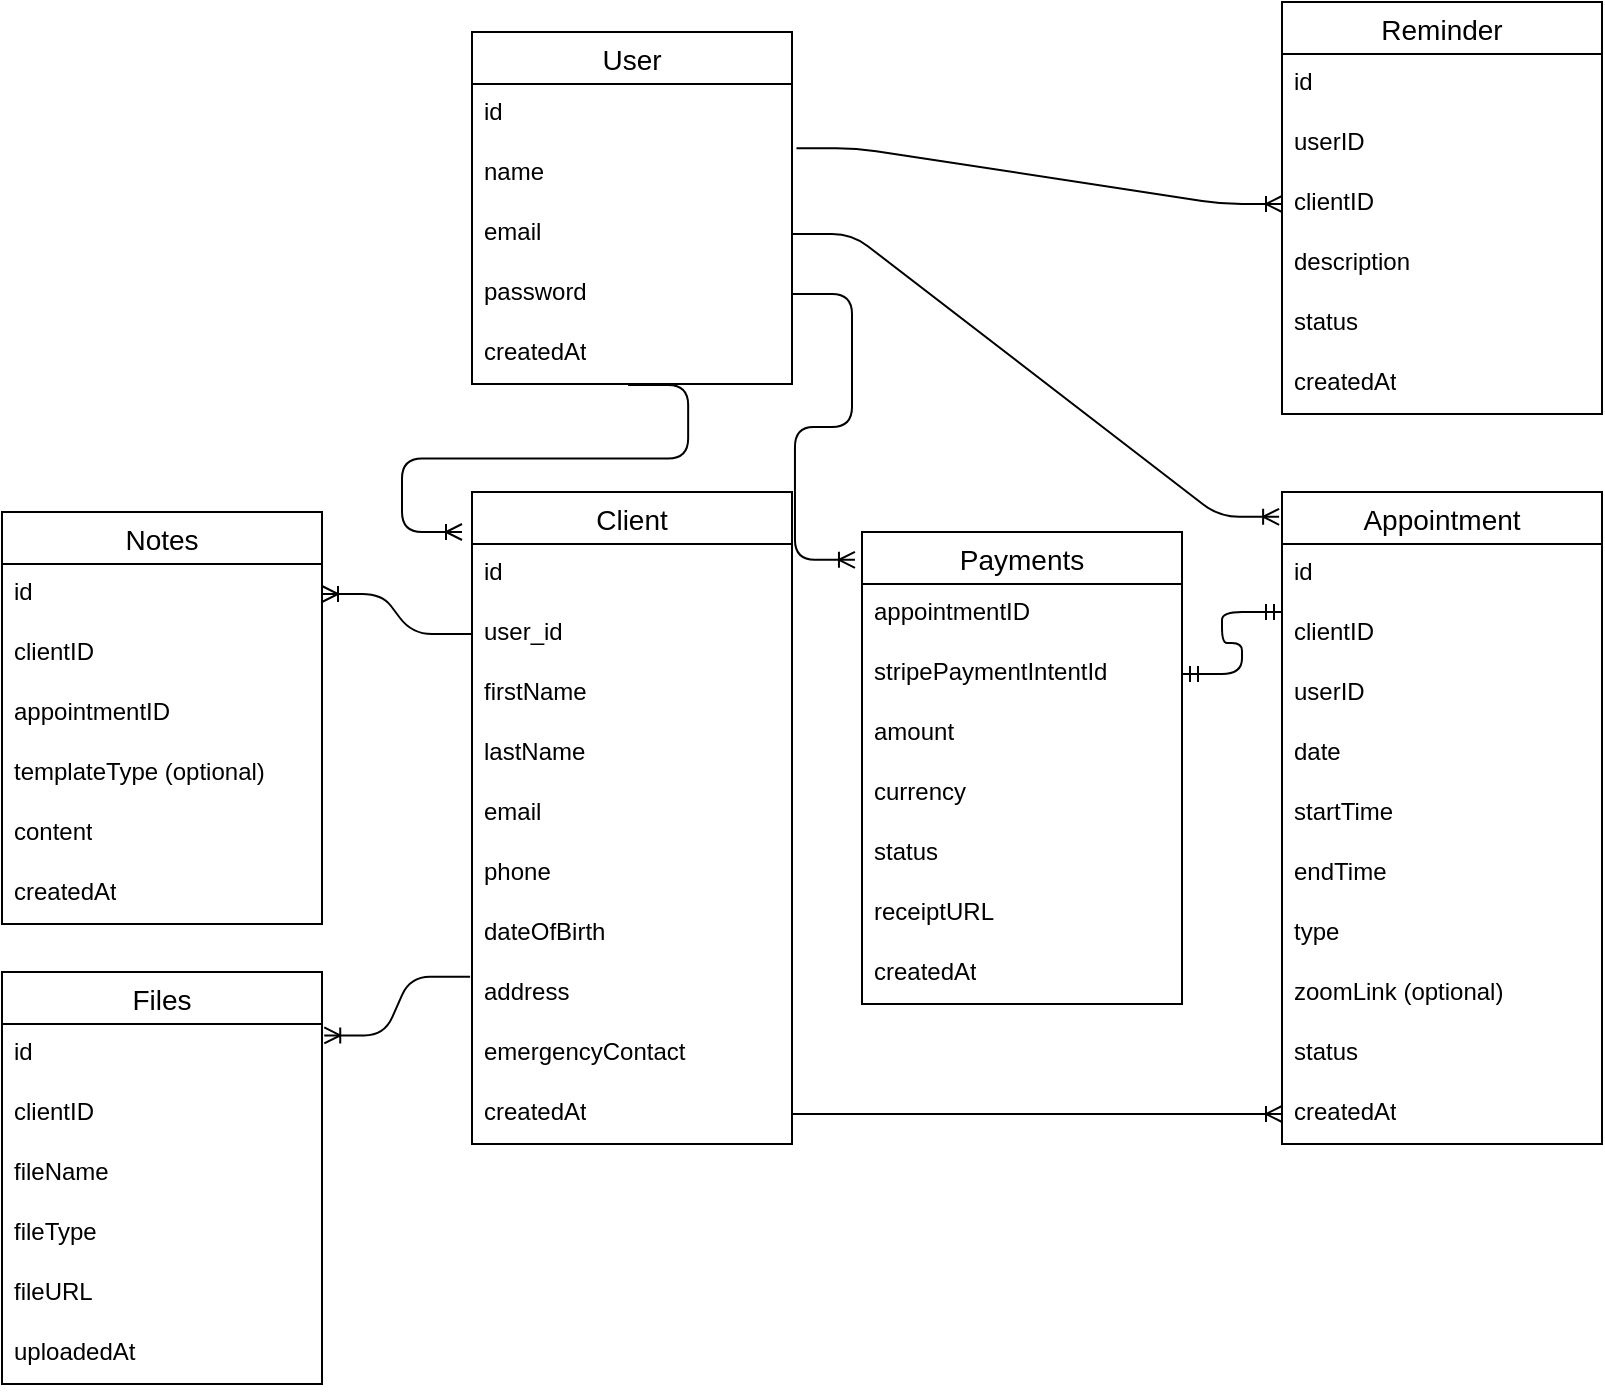
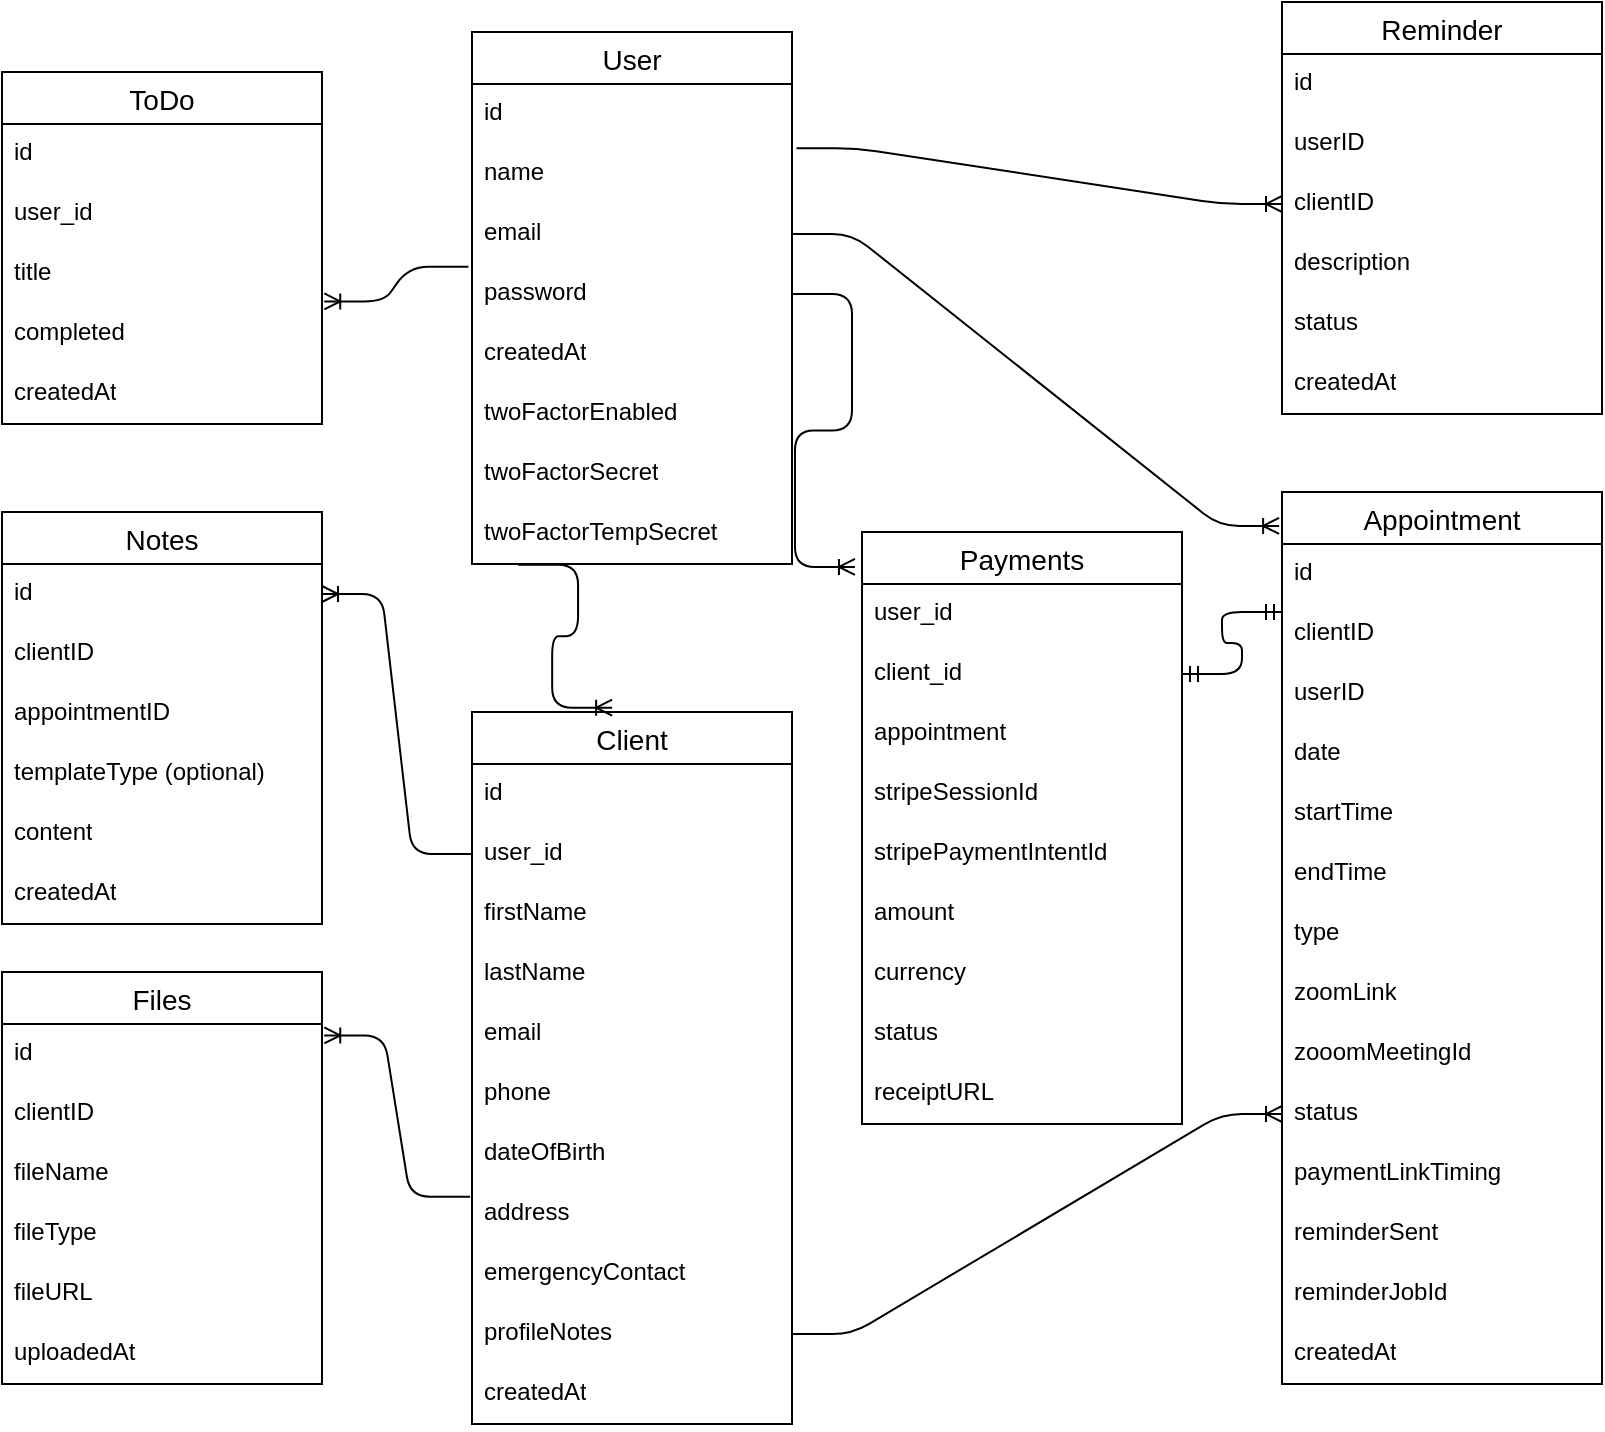
<mxfile host="65bd71144e">
    <diagram id="hBviw5NIrCNzoh9gIbLi" name="Page-1">
-         <mxGraphModel dx="1560" dy="682" grid="1" gridSize="10" guides="1" tooltips="1" connect="1" arrows="1" fold="1" page="1" pageScale="1" pageWidth="850" pageHeight="1100" math="0" shadow="0">
+         <mxGraphModel dx="1334" dy="398" grid="1" gridSize="10" guides="1" tooltips="1" connect="1" arrows="1" fold="1" page="1" pageScale="1" pageWidth="850" pageHeight="1100" math="0" shadow="0">
            <root>
                <mxCell id="0"/>
                <mxCell id="1" parent="0"/>
                <mxCell id="2" value="User" style="swimlane;fontStyle=0;childLayout=stackLayout;horizontal=1;startSize=26;horizontalStack=0;resizeParent=1;resizeParentMax=0;resizeLast=0;collapsible=1;marginBottom=0;align=center;fontSize=14;" parent="1" vertex="1">
-                     <mxGeometry x="265" y="30" width="160" height="176" as="geometry"/>
+                     <mxGeometry x="265" y="30" width="160" height="266" as="geometry"/>
                </mxCell>
                <mxCell id="3" value="id" style="text;strokeColor=none;fillColor=none;spacingLeft=4;spacingRight=4;overflow=hidden;rotatable=0;points=[[0,0.5],[1,0.5]];portConstraint=eastwest;fontSize=12;whiteSpace=wrap;html=1;" parent="2" vertex="1">
                    <mxGeometry y="26" width="160" height="30" as="geometry"/>
                </mxCell>
                <mxCell id="4" value="name" style="text;strokeColor=none;fillColor=none;spacingLeft=4;spacingRight=4;overflow=hidden;rotatable=0;points=[[0,0.5],[1,0.5]];portConstraint=eastwest;fontSize=12;whiteSpace=wrap;html=1;" parent="2" vertex="1">
                    <mxGeometry y="56" width="160" height="30" as="geometry"/>
                </mxCell>
                <mxCell id="5" value="email" style="text;strokeColor=none;fillColor=none;spacingLeft=4;spacingRight=4;overflow=hidden;rotatable=0;points=[[0,0.5],[1,0.5]];portConstraint=eastwest;fontSize=12;whiteSpace=wrap;html=1;" parent="2" vertex="1">
                    <mxGeometry y="86" width="160" height="30" as="geometry"/>
                </mxCell>
                <mxCell id="28" value="password" style="text;strokeColor=none;fillColor=none;spacingLeft=4;spacingRight=4;overflow=hidden;rotatable=0;points=[[0,0.5],[1,0.5]];portConstraint=eastwest;fontSize=12;whiteSpace=wrap;html=1;" parent="2" vertex="1">
                    <mxGeometry y="116" width="160" height="30" as="geometry"/>
                </mxCell>
                <mxCell id="29" value="createdAt" style="text;strokeColor=none;fillColor=none;spacingLeft=4;spacingRight=4;overflow=hidden;rotatable=0;points=[[0,0.5],[1,0.5]];portConstraint=eastwest;fontSize=12;whiteSpace=wrap;html=1;" parent="2" vertex="1">
                    <mxGeometry y="146" width="160" height="30" as="geometry"/>
                </mxCell>
+                 <mxCell id="77" value="twoFactorEnabled" style="text;strokeColor=none;fillColor=none;spacingLeft=4;spacingRight=4;overflow=hidden;rotatable=0;points=[[0,0.5],[1,0.5]];portConstraint=eastwest;fontSize=12;whiteSpace=wrap;html=1;" parent="2" vertex="1">
+                     <mxGeometry y="176" width="160" height="30" as="geometry"/>
+                 </mxCell>
+                 <mxCell id="78" value="twoFactorSecret" style="text;strokeColor=none;fillColor=none;spacingLeft=4;spacingRight=4;overflow=hidden;rotatable=0;points=[[0,0.5],[1,0.5]];portConstraint=eastwest;fontSize=12;whiteSpace=wrap;html=1;" parent="2" vertex="1">
+                     <mxGeometry y="206" width="160" height="30" as="geometry"/>
+                 </mxCell>
+                 <mxCell id="80" value="twoFactorTempSecret" style="text;strokeColor=none;fillColor=none;spacingLeft=4;spacingRight=4;overflow=hidden;rotatable=0;points=[[0,0.5],[1,0.5]];portConstraint=eastwest;fontSize=12;whiteSpace=wrap;html=1;" parent="2" vertex="1">
+                     <mxGeometry y="236" width="160" height="30" as="geometry"/>
+                 </mxCell>
                <mxCell id="6" value="Client" style="swimlane;fontStyle=0;childLayout=stackLayout;horizontal=1;startSize=26;horizontalStack=0;resizeParent=1;resizeParentMax=0;resizeLast=0;collapsible=1;marginBottom=0;align=center;fontSize=14;" parent="1" vertex="1">
-                     <mxGeometry x="265" y="260" width="160" height="326" as="geometry"/>
+                     <mxGeometry x="265" y="370" width="160" height="356" as="geometry"/>
                </mxCell>
                <mxCell id="7" value="id" style="text;strokeColor=none;fillColor=none;spacingLeft=4;spacingRight=4;overflow=hidden;rotatable=0;points=[[0,0.5],[1,0.5]];portConstraint=eastwest;fontSize=12;whiteSpace=wrap;html=1;" parent="6" vertex="1">
                    <mxGeometry y="26" width="160" height="30" as="geometry"/>
                </mxCell>
                <mxCell id="8" value="user_id" style="text;strokeColor=none;fillColor=none;spacingLeft=4;spacingRight=4;overflow=hidden;rotatable=0;points=[[0,0.5],[1,0.5]];portConstraint=eastwest;fontSize=12;whiteSpace=wrap;html=1;" parent="6" vertex="1">
                    <mxGeometry y="56" width="160" height="30" as="geometry"/>
                </mxCell>
                <mxCell id="9" value="firstName" style="text;strokeColor=none;fillColor=none;spacingLeft=4;spacingRight=4;overflow=hidden;rotatable=0;points=[[0,0.5],[1,0.5]];portConstraint=eastwest;fontSize=12;whiteSpace=wrap;html=1;" parent="6" vertex="1">
                    <mxGeometry y="86" width="160" height="30" as="geometry"/>
                </mxCell>
                <mxCell id="30" value="lastName" style="text;strokeColor=none;fillColor=none;spacingLeft=4;spacingRight=4;overflow=hidden;rotatable=0;points=[[0,0.5],[1,0.5]];portConstraint=eastwest;fontSize=12;whiteSpace=wrap;html=1;" parent="6" vertex="1">
                    <mxGeometry y="116" width="160" height="30" as="geometry"/>
                </mxCell>
                <mxCell id="31" value="email" style="text;strokeColor=none;fillColor=none;spacingLeft=4;spacingRight=4;overflow=hidden;rotatable=0;points=[[0,0.5],[1,0.5]];portConstraint=eastwest;fontSize=12;whiteSpace=wrap;html=1;" parent="6" vertex="1">
                    <mxGeometry y="146" width="160" height="30" as="geometry"/>
                </mxCell>
                <mxCell id="32" value="phone" style="text;strokeColor=none;fillColor=none;spacingLeft=4;spacingRight=4;overflow=hidden;rotatable=0;points=[[0,0.5],[1,0.5]];portConstraint=eastwest;fontSize=12;whiteSpace=wrap;html=1;" parent="6" vertex="1">
                    <mxGeometry y="176" width="160" height="30" as="geometry"/>
                </mxCell>
                <mxCell id="33" value="dateOfBirth" style="text;strokeColor=none;fillColor=none;spacingLeft=4;spacingRight=4;overflow=hidden;rotatable=0;points=[[0,0.5],[1,0.5]];portConstraint=eastwest;fontSize=12;whiteSpace=wrap;html=1;" parent="6" vertex="1">
                    <mxGeometry y="206" width="160" height="30" as="geometry"/>
                </mxCell>
                <mxCell id="34" value="address" style="text;strokeColor=none;fillColor=none;spacingLeft=4;spacingRight=4;overflow=hidden;rotatable=0;points=[[0,0.5],[1,0.5]];portConstraint=eastwest;fontSize=12;whiteSpace=wrap;html=1;" parent="6" vertex="1">
                    <mxGeometry y="236" width="160" height="30" as="geometry"/>
                </mxCell>
                <mxCell id="35" value="emergencyContact" style="text;strokeColor=none;fillColor=none;spacingLeft=4;spacingRight=4;overflow=hidden;rotatable=0;points=[[0,0.5],[1,0.5]];portConstraint=eastwest;fontSize=12;whiteSpace=wrap;html=1;" parent="6" vertex="1">
                    <mxGeometry y="266" width="160" height="30" as="geometry"/>
                </mxCell>
-                 <mxCell id="36" value="createdAt" style="text;strokeColor=none;fillColor=none;spacingLeft=4;spacingRight=4;overflow=hidden;rotatable=0;points=[[0,0.5],[1,0.5]];portConstraint=eastwest;fontSize=12;whiteSpace=wrap;html=1;" parent="6" vertex="1">
+                 <mxCell id="92" value="profileNotes" style="text;strokeColor=none;fillColor=none;spacingLeft=4;spacingRight=4;overflow=hidden;rotatable=0;points=[[0,0.5],[1,0.5]];portConstraint=eastwest;fontSize=12;whiteSpace=wrap;html=1;" parent="6" vertex="1">
                    <mxGeometry y="296" width="160" height="30" as="geometry"/>
                </mxCell>
+                 <mxCell id="93" value="&lt;span style=&quot;color: rgb(0, 0, 0);&quot;&gt;createdAt&lt;/span&gt;" style="text;strokeColor=none;fillColor=none;spacingLeft=4;spacingRight=4;overflow=hidden;rotatable=0;points=[[0,0.5],[1,0.5]];portConstraint=eastwest;fontSize=12;whiteSpace=wrap;html=1;" parent="6" vertex="1">
+                     <mxGeometry y="326" width="160" height="30" as="geometry"/>
+                 </mxCell>
                <mxCell id="10" value="Appointment" style="swimlane;fontStyle=0;childLayout=stackLayout;horizontal=1;startSize=26;horizontalStack=0;resizeParent=1;resizeParentMax=0;resizeLast=0;collapsible=1;marginBottom=0;align=center;fontSize=14;" parent="1" vertex="1">
-                     <mxGeometry x="670" y="260" width="160" height="326" as="geometry"/>
+                     <mxGeometry x="670" y="260" width="160" height="446" as="geometry"/>
                </mxCell>
                <mxCell id="11" value="id" style="text;strokeColor=none;fillColor=none;spacingLeft=4;spacingRight=4;overflow=hidden;rotatable=0;points=[[0,0.5],[1,0.5]];portConstraint=eastwest;fontSize=12;whiteSpace=wrap;html=1;" parent="10" vertex="1">
                    <mxGeometry y="26" width="160" height="30" as="geometry"/>
                </mxCell>
                <mxCell id="12" value="clientID" style="text;strokeColor=none;fillColor=none;spacingLeft=4;spacingRight=4;overflow=hidden;rotatable=0;points=[[0,0.5],[1,0.5]];portConstraint=eastwest;fontSize=12;whiteSpace=wrap;html=1;" parent="10" vertex="1">
                    <mxGeometry y="56" width="160" height="30" as="geometry"/>
                </mxCell>
                <mxCell id="13" value="userID" style="text;strokeColor=none;fillColor=none;spacingLeft=4;spacingRight=4;overflow=hidden;rotatable=0;points=[[0,0.5],[1,0.5]];portConstraint=eastwest;fontSize=12;whiteSpace=wrap;html=1;" parent="10" vertex="1">
                    <mxGeometry y="86" width="160" height="30" as="geometry"/>
                </mxCell>
                <mxCell id="38" value="date" style="text;strokeColor=none;fillColor=none;spacingLeft=4;spacingRight=4;overflow=hidden;rotatable=0;points=[[0,0.5],[1,0.5]];portConstraint=eastwest;fontSize=12;whiteSpace=wrap;html=1;" parent="10" vertex="1">
                    <mxGeometry y="116" width="160" height="30" as="geometry"/>
                </mxCell>
                <mxCell id="39" value="startTime" style="text;strokeColor=none;fillColor=none;spacingLeft=4;spacingRight=4;overflow=hidden;rotatable=0;points=[[0,0.5],[1,0.5]];portConstraint=eastwest;fontSize=12;whiteSpace=wrap;html=1;" parent="10" vertex="1">
                    <mxGeometry y="146" width="160" height="30" as="geometry"/>
                </mxCell>
                <mxCell id="40" value="endTime" style="text;strokeColor=none;fillColor=none;spacingLeft=4;spacingRight=4;overflow=hidden;rotatable=0;points=[[0,0.5],[1,0.5]];portConstraint=eastwest;fontSize=12;whiteSpace=wrap;html=1;" parent="10" vertex="1">
                    <mxGeometry y="176" width="160" height="30" as="geometry"/>
                </mxCell>
                <mxCell id="41" value="type" style="text;strokeColor=none;fillColor=none;spacingLeft=4;spacingRight=4;overflow=hidden;rotatable=0;points=[[0,0.5],[1,0.5]];portConstraint=eastwest;fontSize=12;whiteSpace=wrap;html=1;" parent="10" vertex="1">
                    <mxGeometry y="206" width="160" height="30" as="geometry"/>
                </mxCell>
-                 <mxCell id="42" value="zoomLink (optional)" style="text;strokeColor=none;fillColor=none;spacingLeft=4;spacingRight=4;overflow=hidden;rotatable=0;points=[[0,0.5],[1,0.5]];portConstraint=eastwest;fontSize=12;whiteSpace=wrap;html=1;" parent="10" vertex="1">
+                 <mxCell id="42" value="zoomLink" style="text;strokeColor=none;fillColor=none;spacingLeft=4;spacingRight=4;overflow=hidden;rotatable=0;points=[[0,0.5],[1,0.5]];portConstraint=eastwest;fontSize=12;whiteSpace=wrap;html=1;" parent="10" vertex="1">
                    <mxGeometry y="236" width="160" height="30" as="geometry"/>
                </mxCell>
-                 <mxCell id="43" value="status" style="text;strokeColor=none;fillColor=none;spacingLeft=4;spacingRight=4;overflow=hidden;rotatable=0;points=[[0,0.5],[1,0.5]];portConstraint=eastwest;fontSize=12;whiteSpace=wrap;html=1;" parent="10" vertex="1">
+                 <mxCell id="43" value="&lt;span style=&quot;color: rgb(0, 0, 0);&quot;&gt;zooomMeetingId&lt;/span&gt;" style="text;strokeColor=none;fillColor=none;spacingLeft=4;spacingRight=4;overflow=hidden;rotatable=0;points=[[0,0.5],[1,0.5]];portConstraint=eastwest;fontSize=12;whiteSpace=wrap;html=1;" parent="10" vertex="1">
                    <mxGeometry y="266" width="160" height="30" as="geometry"/>
                </mxCell>
-                 <mxCell id="44" value="createdAt" style="text;strokeColor=none;fillColor=none;spacingLeft=4;spacingRight=4;overflow=hidden;rotatable=0;points=[[0,0.5],[1,0.5]];portConstraint=eastwest;fontSize=12;whiteSpace=wrap;html=1;" parent="10" vertex="1">
+                 <mxCell id="44" value="status" style="text;strokeColor=none;fillColor=none;spacingLeft=4;spacingRight=4;overflow=hidden;rotatable=0;points=[[0,0.5],[1,0.5]];portConstraint=eastwest;fontSize=12;whiteSpace=wrap;html=1;" parent="10" vertex="1">
                    <mxGeometry y="296" width="160" height="30" as="geometry"/>
+                 </mxCell>
+                 <mxCell id="94" value="paymentLinkTiming" style="text;strokeColor=none;fillColor=none;spacingLeft=4;spacingRight=4;overflow=hidden;rotatable=0;points=[[0,0.5],[1,0.5]];portConstraint=eastwest;fontSize=12;whiteSpace=wrap;html=1;" parent="10" vertex="1">
+                     <mxGeometry y="326" width="160" height="30" as="geometry"/>
+                 </mxCell>
+                 <mxCell id="95" value="reminderSent" style="text;strokeColor=none;fillColor=none;spacingLeft=4;spacingRight=4;overflow=hidden;rotatable=0;points=[[0,0.5],[1,0.5]];portConstraint=eastwest;fontSize=12;whiteSpace=wrap;html=1;" parent="10" vertex="1">
+                     <mxGeometry y="356" width="160" height="30" as="geometry"/>
+                 </mxCell>
+                 <mxCell id="96" value="reminderJobId" style="text;strokeColor=none;fillColor=none;spacingLeft=4;spacingRight=4;overflow=hidden;rotatable=0;points=[[0,0.5],[1,0.5]];portConstraint=eastwest;fontSize=12;whiteSpace=wrap;html=1;" parent="10" vertex="1">
+                     <mxGeometry y="386" width="160" height="30" as="geometry"/>
+                 </mxCell>
+                 <mxCell id="97" value="createdAt" style="text;strokeColor=none;fillColor=none;spacingLeft=4;spacingRight=4;overflow=hidden;rotatable=0;points=[[0,0.5],[1,0.5]];portConstraint=eastwest;fontSize=12;whiteSpace=wrap;html=1;" parent="10" vertex="1">
+                     <mxGeometry y="416" width="160" height="30" as="geometry"/>
                </mxCell>
                <mxCell id="14" value="Notes" style="swimlane;fontStyle=0;childLayout=stackLayout;horizontal=1;startSize=26;horizontalStack=0;resizeParent=1;resizeParentMax=0;resizeLast=0;collapsible=1;marginBottom=0;align=center;fontSize=14;" parent="1" vertex="1">
                    <mxGeometry x="30" y="270" width="160" height="206" as="geometry"/>
                </mxCell>
                <mxCell id="15" value="id" style="text;strokeColor=none;fillColor=none;spacingLeft=4;spacingRight=4;overflow=hidden;rotatable=0;points=[[0,0.5],[1,0.5]];portConstraint=eastwest;fontSize=12;whiteSpace=wrap;html=1;" parent="14" vertex="1">
                    <mxGeometry y="26" width="160" height="30" as="geometry"/>
                </mxCell>
                <mxCell id="16" value="clientID" style="text;strokeColor=none;fillColor=none;spacingLeft=4;spacingRight=4;overflow=hidden;rotatable=0;points=[[0,0.5],[1,0.5]];portConstraint=eastwest;fontSize=12;whiteSpace=wrap;html=1;" parent="14" vertex="1">
                    <mxGeometry y="56" width="160" height="30" as="geometry"/>
                </mxCell>
                <mxCell id="17" value="appointmentID" style="text;strokeColor=none;fillColor=none;spacingLeft=4;spacingRight=4;overflow=hidden;rotatable=0;points=[[0,0.5],[1,0.5]];portConstraint=eastwest;fontSize=12;whiteSpace=wrap;html=1;" parent="14" vertex="1">
                    <mxGeometry y="86" width="160" height="30" as="geometry"/>
                </mxCell>
                <mxCell id="49" value="templateType (optional)" style="text;strokeColor=none;fillColor=none;spacingLeft=4;spacingRight=4;overflow=hidden;rotatable=0;points=[[0,0.5],[1,0.5]];portConstraint=eastwest;fontSize=12;whiteSpace=wrap;html=1;" parent="14" vertex="1">
                    <mxGeometry y="116" width="160" height="30" as="geometry"/>
                </mxCell>
                <mxCell id="50" value="content" style="text;strokeColor=none;fillColor=none;spacingLeft=4;spacingRight=4;overflow=hidden;rotatable=0;points=[[0,0.5],[1,0.5]];portConstraint=eastwest;fontSize=12;whiteSpace=wrap;html=1;" parent="14" vertex="1">
                    <mxGeometry y="146" width="160" height="30" as="geometry"/>
                </mxCell>
                <mxCell id="51" value="createdAt" style="text;strokeColor=none;fillColor=none;spacingLeft=4;spacingRight=4;overflow=hidden;rotatable=0;points=[[0,0.5],[1,0.5]];portConstraint=eastwest;fontSize=12;whiteSpace=wrap;html=1;" parent="14" vertex="1">
                    <mxGeometry y="176" width="160" height="30" as="geometry"/>
                </mxCell>
                <mxCell id="18" value="Payments" style="swimlane;fontStyle=0;childLayout=stackLayout;horizontal=1;startSize=26;horizontalStack=0;resizeParent=1;resizeParentMax=0;resizeLast=0;collapsible=1;marginBottom=0;align=center;fontSize=14;" parent="1" vertex="1">
-                     <mxGeometry x="460" y="280" width="160" height="236" as="geometry"/>
-                 </mxCell>
-                 <mxCell id="21" value="appointmentID" style="text;strokeColor=none;fillColor=none;spacingLeft=4;spacingRight=4;overflow=hidden;rotatable=0;points=[[0,0.5],[1,0.5]];portConstraint=eastwest;fontSize=12;whiteSpace=wrap;html=1;" parent="18" vertex="1">
-                     <mxGeometry y="26" width="160" height="30" as="geometry"/>
-                 </mxCell>
-                 <mxCell id="55" value="stripePaymentIntentId" style="text;strokeColor=none;fillColor=none;spacingLeft=4;spacingRight=4;overflow=hidden;rotatable=0;points=[[0,0.5],[1,0.5]];portConstraint=eastwest;fontSize=12;whiteSpace=wrap;html=1;" parent="18" vertex="1">
-                     <mxGeometry y="56" width="160" height="30" as="geometry"/>
-                 </mxCell>
-                 <mxCell id="56" value="amount" style="text;strokeColor=none;fillColor=none;spacingLeft=4;spacingRight=4;overflow=hidden;rotatable=0;points=[[0,0.5],[1,0.5]];portConstraint=eastwest;fontSize=12;whiteSpace=wrap;html=1;" parent="18" vertex="1">
-                     <mxGeometry y="86" width="160" height="30" as="geometry"/>
-                 </mxCell>
-                 <mxCell id="57" value="currency" style="text;strokeColor=none;fillColor=none;spacingLeft=4;spacingRight=4;overflow=hidden;rotatable=0;points=[[0,0.5],[1,0.5]];portConstraint=eastwest;fontSize=12;whiteSpace=wrap;html=1;" parent="18" vertex="1">
-                     <mxGeometry y="116" width="160" height="30" as="geometry"/>
-                 </mxCell>
-                 <mxCell id="58" value="status" style="text;strokeColor=none;fillColor=none;spacingLeft=4;spacingRight=4;overflow=hidden;rotatable=0;points=[[0,0.5],[1,0.5]];portConstraint=eastwest;fontSize=12;whiteSpace=wrap;html=1;" parent="18" vertex="1">
-                     <mxGeometry y="146" width="160" height="30" as="geometry"/>
-                 </mxCell>
-                 <mxCell id="59" value="receiptURL" style="text;strokeColor=none;fillColor=none;spacingLeft=4;spacingRight=4;overflow=hidden;rotatable=0;points=[[0,0.5],[1,0.5]];portConstraint=eastwest;fontSize=12;whiteSpace=wrap;html=1;" parent="18" vertex="1">
-                     <mxGeometry y="176" width="160" height="30" as="geometry"/>
-                 </mxCell>
-                 <mxCell id="60" value="createdAt" style="text;strokeColor=none;fillColor=none;spacingLeft=4;spacingRight=4;overflow=hidden;rotatable=0;points=[[0,0.5],[1,0.5]];portConstraint=eastwest;fontSize=12;whiteSpace=wrap;html=1;" parent="18" vertex="1">
+                     <mxGeometry x="460" y="280" width="160" height="296" as="geometry"/>
+                 </mxCell>
+                 <mxCell id="21" value="user_id" style="text;strokeColor=none;fillColor=none;spacingLeft=4;spacingRight=4;overflow=hidden;rotatable=0;points=[[0,0.5],[1,0.5]];portConstraint=eastwest;fontSize=12;whiteSpace=wrap;html=1;" parent="18" vertex="1">
+                     <mxGeometry y="26" width="160" height="30" as="geometry"/>
+                 </mxCell>
+                 <mxCell id="55" value="client_id" style="text;strokeColor=none;fillColor=none;spacingLeft=4;spacingRight=4;overflow=hidden;rotatable=0;points=[[0,0.5],[1,0.5]];portConstraint=eastwest;fontSize=12;whiteSpace=wrap;html=1;" parent="18" vertex="1">
+                     <mxGeometry y="56" width="160" height="30" as="geometry"/>
+                 </mxCell>
+                 <mxCell id="56" value="appointment" style="text;strokeColor=none;fillColor=none;spacingLeft=4;spacingRight=4;overflow=hidden;rotatable=0;points=[[0,0.5],[1,0.5]];portConstraint=eastwest;fontSize=12;whiteSpace=wrap;html=1;" parent="18" vertex="1">
+                     <mxGeometry y="86" width="160" height="30" as="geometry"/>
+                 </mxCell>
+                 <mxCell id="57" value="stripeSessionId" style="text;strokeColor=none;fillColor=none;spacingLeft=4;spacingRight=4;overflow=hidden;rotatable=0;points=[[0,0.5],[1,0.5]];portConstraint=eastwest;fontSize=12;whiteSpace=wrap;html=1;" parent="18" vertex="1">
+                     <mxGeometry y="116" width="160" height="30" as="geometry"/>
+                 </mxCell>
+                 <mxCell id="58" value="stripePaymentIntentId" style="text;strokeColor=none;fillColor=none;spacingLeft=4;spacingRight=4;overflow=hidden;rotatable=0;points=[[0,0.5],[1,0.5]];portConstraint=eastwest;fontSize=12;whiteSpace=wrap;html=1;" parent="18" vertex="1">
+                     <mxGeometry y="146" width="160" height="30" as="geometry"/>
+                 </mxCell>
+                 <mxCell id="59" value="amount" style="text;strokeColor=none;fillColor=none;spacingLeft=4;spacingRight=4;overflow=hidden;rotatable=0;points=[[0,0.5],[1,0.5]];portConstraint=eastwest;fontSize=12;whiteSpace=wrap;html=1;" parent="18" vertex="1">
+                     <mxGeometry y="176" width="160" height="30" as="geometry"/>
+                 </mxCell>
+                 <mxCell id="60" value="currency" style="text;strokeColor=none;fillColor=none;spacingLeft=4;spacingRight=4;overflow=hidden;rotatable=0;points=[[0,0.5],[1,0.5]];portConstraint=eastwest;fontSize=12;whiteSpace=wrap;html=1;" parent="18" vertex="1">
                    <mxGeometry y="206" width="160" height="30" as="geometry"/>
+                 </mxCell>
+                 <mxCell id="90" value="status" style="text;strokeColor=none;fillColor=none;spacingLeft=4;spacingRight=4;overflow=hidden;rotatable=0;points=[[0,0.5],[1,0.5]];portConstraint=eastwest;fontSize=12;whiteSpace=wrap;html=1;" parent="18" vertex="1">
+                     <mxGeometry y="236" width="160" height="30" as="geometry"/>
+                 </mxCell>
+                 <mxCell id="91" value="receiptURL" style="text;strokeColor=none;fillColor=none;spacingLeft=4;spacingRight=4;overflow=hidden;rotatable=0;points=[[0,0.5],[1,0.5]];portConstraint=eastwest;fontSize=12;whiteSpace=wrap;html=1;" parent="18" vertex="1">
+                     <mxGeometry y="266" width="160" height="30" as="geometry"/>
                </mxCell>
                <mxCell id="22" value="Reminder" style="swimlane;fontStyle=0;childLayout=stackLayout;horizontal=1;startSize=26;horizontalStack=0;resizeParent=1;resizeParentMax=0;resizeLast=0;collapsible=1;marginBottom=0;align=center;fontSize=14;" parent="1" vertex="1">
                    <mxGeometry x="670" y="15" width="160" height="206" as="geometry"/>
                </mxCell>
                <mxCell id="23" value="id" style="text;strokeColor=none;fillColor=none;spacingLeft=4;spacingRight=4;overflow=hidden;rotatable=0;points=[[0,0.5],[1,0.5]];portConstraint=eastwest;fontSize=12;whiteSpace=wrap;html=1;" parent="22" vertex="1">
                    <mxGeometry y="26" width="160" height="30" as="geometry"/>
                </mxCell>
                <mxCell id="24" value="userID" style="text;strokeColor=none;fillColor=none;spacingLeft=4;spacingRight=4;overflow=hidden;rotatable=0;points=[[0,0.5],[1,0.5]];portConstraint=eastwest;fontSize=12;whiteSpace=wrap;html=1;" parent="22" vertex="1">
                    <mxGeometry y="56" width="160" height="30" as="geometry"/>
                </mxCell>
                <mxCell id="25" value="clientID" style="text;strokeColor=none;fillColor=none;spacingLeft=4;spacingRight=4;overflow=hidden;rotatable=0;points=[[0,0.5],[1,0.5]];portConstraint=eastwest;fontSize=12;whiteSpace=wrap;html=1;" parent="22" vertex="1">
                    <mxGeometry y="86" width="160" height="30" as="geometry"/>
                </mxCell>
                <mxCell id="61" value="description" style="text;strokeColor=none;fillColor=none;spacingLeft=4;spacingRight=4;overflow=hidden;rotatable=0;points=[[0,0.5],[1,0.5]];portConstraint=eastwest;fontSize=12;whiteSpace=wrap;html=1;" parent="22" vertex="1">
                    <mxGeometry y="116" width="160" height="30" as="geometry"/>
                </mxCell>
                <mxCell id="62" value="status" style="text;strokeColor=none;fillColor=none;spacingLeft=4;spacingRight=4;overflow=hidden;rotatable=0;points=[[0,0.5],[1,0.5]];portConstraint=eastwest;fontSize=12;whiteSpace=wrap;html=1;" parent="22" vertex="1">
                    <mxGeometry y="146" width="160" height="30" as="geometry"/>
                </mxCell>
                <mxCell id="63" value="createdAt" style="text;strokeColor=none;fillColor=none;spacingLeft=4;spacingRight=4;overflow=hidden;rotatable=0;points=[[0,0.5],[1,0.5]];portConstraint=eastwest;fontSize=12;whiteSpace=wrap;html=1;" parent="22" vertex="1">
                    <mxGeometry y="176" width="160" height="30" as="geometry"/>
                </mxCell>
                <mxCell id="45" value="Files" style="swimlane;fontStyle=0;childLayout=stackLayout;horizontal=1;startSize=26;horizontalStack=0;resizeParent=1;resizeParentMax=0;resizeLast=0;collapsible=1;marginBottom=0;align=center;fontSize=14;" parent="1" vertex="1">
                    <mxGeometry x="30" y="500" width="160" height="206" as="geometry"/>
                </mxCell>
                <mxCell id="46" value="id" style="text;strokeColor=none;fillColor=none;spacingLeft=4;spacingRight=4;overflow=hidden;rotatable=0;points=[[0,0.5],[1,0.5]];portConstraint=eastwest;fontSize=12;whiteSpace=wrap;html=1;" parent="45" vertex="1">
                    <mxGeometry y="26" width="160" height="30" as="geometry"/>
                </mxCell>
                <mxCell id="47" value="clientID" style="text;strokeColor=none;fillColor=none;spacingLeft=4;spacingRight=4;overflow=hidden;rotatable=0;points=[[0,0.5],[1,0.5]];portConstraint=eastwest;fontSize=12;whiteSpace=wrap;html=1;" parent="45" vertex="1">
                    <mxGeometry y="56" width="160" height="30" as="geometry"/>
                </mxCell>
                <mxCell id="48" value="fileName" style="text;strokeColor=none;fillColor=none;spacingLeft=4;spacingRight=4;overflow=hidden;rotatable=0;points=[[0,0.5],[1,0.5]];portConstraint=eastwest;fontSize=12;whiteSpace=wrap;html=1;" parent="45" vertex="1">
                    <mxGeometry y="86" width="160" height="30" as="geometry"/>
                </mxCell>
                <mxCell id="52" value="fileType" style="text;strokeColor=none;fillColor=none;spacingLeft=4;spacingRight=4;overflow=hidden;rotatable=0;points=[[0,0.5],[1,0.5]];portConstraint=eastwest;fontSize=12;whiteSpace=wrap;html=1;" parent="45" vertex="1">
                    <mxGeometry y="116" width="160" height="30" as="geometry"/>
                </mxCell>
                <mxCell id="53" value="fileURL" style="text;strokeColor=none;fillColor=none;spacingLeft=4;spacingRight=4;overflow=hidden;rotatable=0;points=[[0,0.5],[1,0.5]];portConstraint=eastwest;fontSize=12;whiteSpace=wrap;html=1;" parent="45" vertex="1">
                    <mxGeometry y="146" width="160" height="30" as="geometry"/>
                </mxCell>
                <mxCell id="54" value="uploadedAt" style="text;strokeColor=none;fillColor=none;spacingLeft=4;spacingRight=4;overflow=hidden;rotatable=0;points=[[0,0.5],[1,0.5]];portConstraint=eastwest;fontSize=12;whiteSpace=wrap;html=1;" parent="45" vertex="1">
                    <mxGeometry y="176" width="160" height="30" as="geometry"/>
                </mxCell>
-                 <mxCell id="65" value="" style="edgeStyle=entityRelationEdgeStyle;fontSize=12;html=1;endArrow=ERoneToMany;exitX=0.488;exitY=1.018;exitDx=0;exitDy=0;exitPerimeter=0;" parent="1" source="29" edge="1">
+                 <mxCell id="65" value="" style="edgeStyle=entityRelationEdgeStyle;fontSize=12;html=1;endArrow=ERoneToMany;exitX=0.144;exitY=1.011;exitDx=0;exitDy=0;entryX=0.438;entryY=-0.006;entryDx=0;entryDy=0;entryPerimeter=0;exitPerimeter=0;" parent="1" source="80" target="6" edge="1">
                    <mxGeometry width="100" height="100" relative="1" as="geometry">
                        <mxPoint x="250" y="170" as="sourcePoint"/>
                        <mxPoint x="260" y="280" as="targetPoint"/>
                        <Array as="points">
                            <mxPoint x="260" y="230"/>
+                             <mxPoint x="260" y="310"/>
+                             <mxPoint x="240" y="310"/>
                        </Array>
                    </mxGeometry>
                </mxCell>
                <mxCell id="66" value="" style="edgeStyle=entityRelationEdgeStyle;fontSize=12;html=1;endArrow=ERoneToMany;entryX=1;entryY=0.5;entryDx=0;entryDy=0;" parent="1" source="8" target="15" edge="1">
                    <mxGeometry width="100" height="100" relative="1" as="geometry">
                        <mxPoint x="353" y="217" as="sourcePoint"/>
                        <mxPoint x="270" y="290" as="targetPoint"/>
                        <Array as="points">
                            <mxPoint x="270" y="240"/>
                        </Array>
                    </mxGeometry>
                </mxCell>
                <mxCell id="67" value="" style="edgeStyle=entityRelationEdgeStyle;fontSize=12;html=1;endArrow=ERoneToMany;entryX=1.007;entryY=0.191;entryDx=0;entryDy=0;entryPerimeter=0;exitX=-0.006;exitY=0.212;exitDx=0;exitDy=0;exitPerimeter=0;" parent="1" source="34" target="46" edge="1">
                    <mxGeometry width="100" height="100" relative="1" as="geometry">
                        <mxPoint x="265" y="570" as="sourcePoint"/>
                        <mxPoint x="190" y="550" as="targetPoint"/>
                        <Array as="points">
                            <mxPoint x="270" y="479"/>
                        </Array>
                    </mxGeometry>
                </mxCell>
                <mxCell id="69" value="" style="edgeStyle=entityRelationEdgeStyle;fontSize=12;html=1;endArrow=ERoneToMany;exitX=1;exitY=0.5;exitDx=0;exitDy=0;entryX=-0.009;entryY=0.038;entryDx=0;entryDy=0;entryPerimeter=0;" parent="1" source="5" target="10" edge="1">
                    <mxGeometry width="100" height="100" relative="1" as="geometry">
                        <mxPoint x="435" y="171" as="sourcePoint"/>
                        <mxPoint x="480" y="280" as="targetPoint"/>
                        <Array as="points">
                            <mxPoint x="620" y="139"/>
                        </Array>
                    </mxGeometry>
                </mxCell>
-                 <mxCell id="70" value="" style="edgeStyle=entityRelationEdgeStyle;fontSize=12;html=1;endArrow=ERoneToMany;exitX=1;exitY=0.5;exitDx=0;exitDy=0;entryX=0;entryY=0.5;entryDx=0;entryDy=0;" parent="1" source="36" target="44" edge="1">
+                 <mxCell id="70" value="" style="edgeStyle=entityRelationEdgeStyle;fontSize=12;html=1;endArrow=ERoneToMany;exitX=1;exitY=0.5;exitDx=0;exitDy=0;entryX=0;entryY=0.5;entryDx=0;entryDy=0;" parent="1" target="44" edge="1">
+                     <mxGeometry width="100" height="100" relative="1" as="geometry">
+                         <mxPoint x="425.0000000000001" y="681" as="sourcePoint"/>
+                         <mxPoint x="679" y="282" as="targetPoint"/>
+                         <Array as="points">
+                             <mxPoint x="630" y="149"/>
+                         </Array>
+                     </mxGeometry>
+                 </mxCell>
+                 <mxCell id="72" value="" style="edgeStyle=entityRelationEdgeStyle;fontSize=12;html=1;endArrow=ERoneToMany;exitX=1.014;exitY=0.069;exitDx=0;exitDy=0;entryX=0;entryY=0.5;entryDx=0;entryDy=0;exitPerimeter=0;" parent="1" source="4" target="25" edge="1">
                    <mxGeometry width="100" height="100" relative="1" as="geometry">
                        <mxPoint x="435" y="141" as="sourcePoint"/>
                        <mxPoint x="679" y="282" as="targetPoint"/>
                        <Array as="points">
                            <mxPoint x="630" y="149"/>
                        </Array>
                    </mxGeometry>
                </mxCell>
-                 <mxCell id="72" value="" style="edgeStyle=entityRelationEdgeStyle;fontSize=12;html=1;endArrow=ERoneToMany;exitX=1.014;exitY=0.069;exitDx=0;exitDy=0;entryX=0;entryY=0.5;entryDx=0;entryDy=0;exitPerimeter=0;" parent="1" source="4" target="25" edge="1">
+                 <mxCell id="74" value="" style="edgeStyle=entityRelationEdgeStyle;fontSize=12;html=1;endArrow=ERoneToMany;exitX=1;exitY=0.5;exitDx=0;exitDy=0;entryX=-0.022;entryY=0.059;entryDx=0;entryDy=0;entryPerimeter=0;" parent="1" source="28" target="18" edge="1">
                    <mxGeometry width="100" height="100" relative="1" as="geometry">
                        <mxPoint x="435" y="141" as="sourcePoint"/>
                        <mxPoint x="679" y="282" as="targetPoint"/>
                        <Array as="points">
                            <mxPoint x="630" y="149"/>
                        </Array>
                    </mxGeometry>
                </mxCell>
-                 <mxCell id="74" value="" style="edgeStyle=entityRelationEdgeStyle;fontSize=12;html=1;endArrow=ERoneToMany;exitX=1;exitY=0.5;exitDx=0;exitDy=0;entryX=-0.022;entryY=0.059;entryDx=0;entryDy=0;entryPerimeter=0;" parent="1" source="28" target="18" edge="1">
-                     <mxGeometry width="100" height="100" relative="1" as="geometry">
-                         <mxPoint x="435" y="141" as="sourcePoint"/>
-                         <mxPoint x="679" y="282" as="targetPoint"/>
-                         <Array as="points">
-                             <mxPoint x="630" y="149"/>
-                         </Array>
-                     </mxGeometry>
-                 </mxCell>
-                 <mxCell id="75" value="" style="edgeStyle=entityRelationEdgeStyle;fontSize=12;html=1;endArrow=ERmandOne;startArrow=ERmandOne;exitX=1;exitY=0.5;exitDx=0;exitDy=0;entryX=0;entryY=0.133;entryDx=0;entryDy=0;entryPerimeter=0;" edge="1" parent="1" source="55" target="12">
+                 <mxCell id="75" value="" style="edgeStyle=entityRelationEdgeStyle;fontSize=12;html=1;endArrow=ERmandOne;startArrow=ERmandOne;exitX=1;exitY=0.5;exitDx=0;exitDy=0;entryX=0;entryY=0.133;entryDx=0;entryDy=0;entryPerimeter=0;" parent="1" source="55" target="12" edge="1">
                    <mxGeometry width="100" height="100" relative="1" as="geometry">
                        <mxPoint x="530" y="500" as="sourcePoint"/>
                        <mxPoint x="630" y="400" as="targetPoint"/>
+                     </mxGeometry>
+                 </mxCell>
+                 <mxCell id="82" value="ToDo" style="swimlane;fontStyle=0;childLayout=stackLayout;horizontal=1;startSize=26;horizontalStack=0;resizeParent=1;resizeParentMax=0;resizeLast=0;collapsible=1;marginBottom=0;align=center;fontSize=14;" parent="1" vertex="1">
+                     <mxGeometry x="30" y="50" width="160" height="176" as="geometry"/>
+                 </mxCell>
+                 <mxCell id="83" value="id" style="text;strokeColor=none;fillColor=none;spacingLeft=4;spacingRight=4;overflow=hidden;rotatable=0;points=[[0,0.5],[1,0.5]];portConstraint=eastwest;fontSize=12;whiteSpace=wrap;html=1;" parent="82" vertex="1">
+                     <mxGeometry y="26" width="160" height="30" as="geometry"/>
+                 </mxCell>
+                 <mxCell id="84" value="user_id" style="text;strokeColor=none;fillColor=none;spacingLeft=4;spacingRight=4;overflow=hidden;rotatable=0;points=[[0,0.5],[1,0.5]];portConstraint=eastwest;fontSize=12;whiteSpace=wrap;html=1;" parent="82" vertex="1">
+                     <mxGeometry y="56" width="160" height="30" as="geometry"/>
+                 </mxCell>
+                 <mxCell id="85" value="title" style="text;strokeColor=none;fillColor=none;spacingLeft=4;spacingRight=4;overflow=hidden;rotatable=0;points=[[0,0.5],[1,0.5]];portConstraint=eastwest;fontSize=12;whiteSpace=wrap;html=1;" parent="82" vertex="1">
+                     <mxGeometry y="86" width="160" height="30" as="geometry"/>
+                 </mxCell>
+                 <mxCell id="86" value="completed" style="text;strokeColor=none;fillColor=none;spacingLeft=4;spacingRight=4;overflow=hidden;rotatable=0;points=[[0,0.5],[1,0.5]];portConstraint=eastwest;fontSize=12;whiteSpace=wrap;html=1;" parent="82" vertex="1">
+                     <mxGeometry y="116" width="160" height="30" as="geometry"/>
+                 </mxCell>
+                 <mxCell id="88" value="createdAt" style="text;strokeColor=none;fillColor=none;spacingLeft=4;spacingRight=4;overflow=hidden;rotatable=0;points=[[0,0.5],[1,0.5]];portConstraint=eastwest;fontSize=12;whiteSpace=wrap;html=1;" parent="82" vertex="1">
+                     <mxGeometry y="146" width="160" height="30" as="geometry"/>
+                 </mxCell>
+                 <mxCell id="89" value="" style="edgeStyle=entityRelationEdgeStyle;fontSize=12;html=1;endArrow=ERoneToMany;exitX=-0.011;exitY=0.045;exitDx=0;exitDy=0;exitPerimeter=0;entryX=1.007;entryY=-0.042;entryDx=0;entryDy=0;entryPerimeter=0;" parent="1" source="28" target="86" edge="1">
+                     <mxGeometry width="100" height="100" relative="1" as="geometry">
+                         <mxPoint x="298" y="306" as="sourcePoint"/>
+                         <mxPoint x="230" y="230" as="targetPoint"/>
+                         <Array as="points">
+                             <mxPoint x="270" y="240"/>
+                             <mxPoint x="270" y="320"/>
+                             <mxPoint x="250" y="320"/>
+                         </Array>
                    </mxGeometry>
                </mxCell>
            </root>
        </mxGraphModel>
    </diagram>
</mxfile>